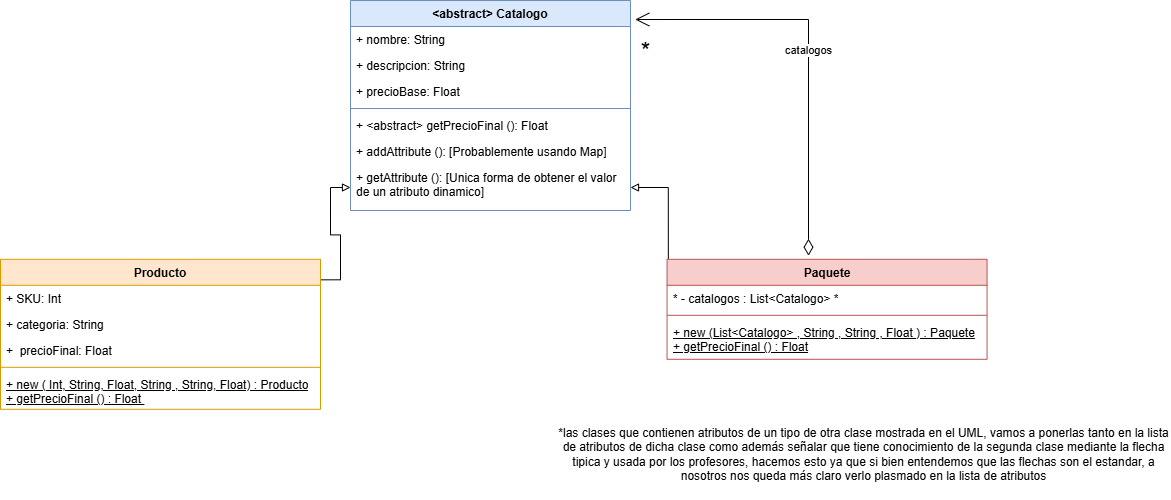
The draw.io diagram src/Catalogo/UML.png in saenzlucas/UNQShop, before a commit. Source tidied: cells renumbered, new cells last; positions are measured from the earlier drawing's top-left corner, leaving out a move shared by most shapes.
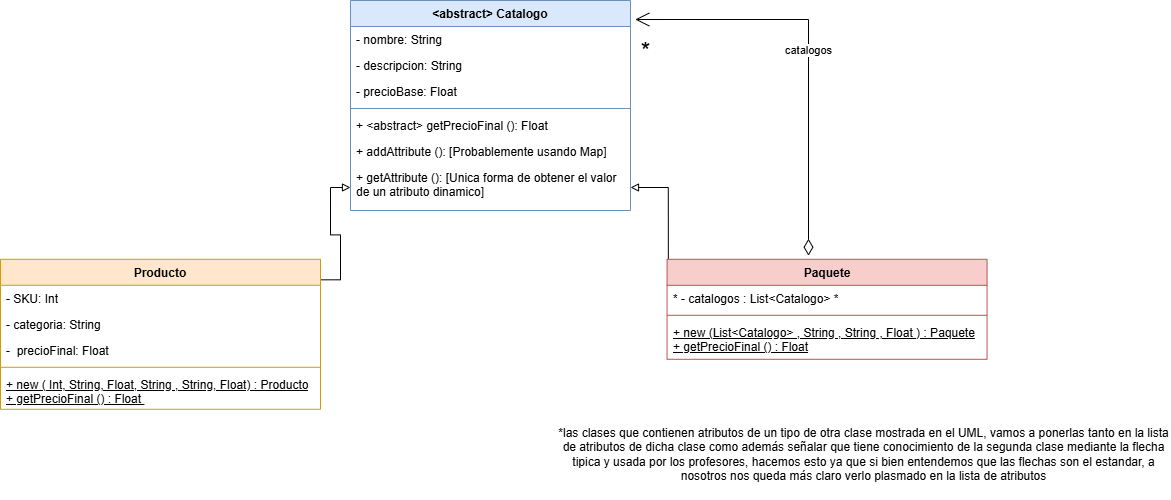
Above is the later version.

What changed in the source:
```diff
@@ -8,13 +8,13 @@
     <mxCell id="3" value="Producto" style="swimlane;fontStyle=1;align=center;verticalAlign=top;horizontal=1;startSize=26;whiteSpace=wrap;html=1;fillColor=#ffe6cc;strokeColor=#d79b00;" parent="1" vertex="1">
       <mxGeometry y="258.8" width="320" height="150" as="geometry" />
     </mxCell>
-    <mxCell id="4" value="+ SKU: Int" style="text;strokeColor=none;fillColor=none;align=left;verticalAlign=top;spacingLeft=4;spacingRight=4;overflow=hidden;whiteSpace=wrap;html=1;" parent="3" vertex="1">
+    <mxCell id="4" value="- SKU: Int" style="text;strokeColor=none;fillColor=none;align=left;verticalAlign=top;spacingLeft=4;spacingRight=4;overflow=hidden;whiteSpace=wrap;html=1;" parent="3" vertex="1">
       <mxGeometry y="26" width="320" height="26" as="geometry" />
     </mxCell>
-    <mxCell id="5" value="+ categoria: String" style="text;strokeColor=none;fillColor=none;align=left;verticalAlign=top;spacingLeft=4;spacingRight=4;overflow=hidden;whiteSpace=wrap;html=1;" parent="3" vertex="1">
+    <mxCell id="5" value="- categoria: String" style="text;strokeColor=none;fillColor=none;align=left;verticalAlign=top;spacingLeft=4;spacingRight=4;overflow=hidden;whiteSpace=wrap;html=1;" parent="3" vertex="1">
       <mxGeometry y="52" width="320" height="26" as="geometry" />
     </mxCell>
-    <mxCell id="6" value="+&amp;nbsp; precioFinal: Float" style="text;strokeColor=none;fillColor=none;align=left;verticalAlign=top;spacingLeft=4;spacingRight=4;overflow=hidden;whiteSpace=wrap;html=1;" parent="3" vertex="1">
+    <mxCell id="6" value="-&amp;nbsp; precioFinal: Float" style="text;strokeColor=none;fillColor=none;align=left;verticalAlign=top;spacingLeft=4;spacingRight=4;overflow=hidden;whiteSpace=wrap;html=1;" parent="3" vertex="1">
       <mxGeometry y="78" width="320" height="26" as="geometry" />
     </mxCell>
     <mxCell id="7" style="line;strokeWidth=1;fillColor=none;align=left;verticalAlign=middle;spacingTop=-1;spacingLeft=3;spacingRight=3;labelPosition=right;strokeColor=inherit;" parent="3" vertex="1">
@@ -26,13 +26,13 @@
     <mxCell id="9" value="&amp;lt;&lt;span style=&quot;background-color: transparent; color: light-dark(rgb(0, 0, 0), rgb(255, 255, 255));&quot;&gt;abstract&amp;gt; Catalogo&lt;/span&gt;" style="swimlane;fontStyle=1;align=center;verticalAlign=top;horizontal=1;startSize=26;whiteSpace=wrap;html=1;fillColor=#dae8fc;strokeColor=#6c8ebf;" parent="1" vertex="1">
       <mxGeometry x="350" width="280" height="210" as="geometry" />
     </mxCell>
-    <mxCell id="10" value="+ nombre: String" style="text;strokeColor=none;fillColor=none;align=left;verticalAlign=top;spacingLeft=4;spacingRight=4;overflow=hidden;points=[[0,0.5],[1,0.5]];portConstraint=eastwest;whiteSpace=wrap;html=1;" parent="9" vertex="1">
+    <mxCell id="10" value="- nombre: String" style="text;strokeColor=none;fillColor=none;align=left;verticalAlign=top;spacingLeft=4;spacingRight=4;overflow=hidden;points=[[0,0.5],[1,0.5]];portConstraint=eastwest;whiteSpace=wrap;html=1;" parent="9" vertex="1">
       <mxGeometry y="26" width="280" height="26" as="geometry" />
     </mxCell>
-    <mxCell id="11" value="+ descripcion: String" style="text;strokeColor=none;fillColor=none;align=left;verticalAlign=top;spacingLeft=4;spacingRight=4;overflow=hidden;whiteSpace=wrap;html=1;" parent="9" vertex="1">
+    <mxCell id="11" value="- descripcion: String" style="text;strokeColor=none;fillColor=none;align=left;verticalAlign=top;spacingLeft=4;spacingRight=4;overflow=hidden;whiteSpace=wrap;html=1;" parent="9" vertex="1">
       <mxGeometry y="52" width="280" height="26" as="geometry" />
     </mxCell>
-    <mxCell id="12" value="+ precioBase: Float" style="text;strokeColor=none;fillColor=none;align=left;verticalAlign=top;spacingLeft=4;spacingRight=4;overflow=hidden;whiteSpace=wrap;html=1;" parent="9" vertex="1">
+    <mxCell id="12" value="- precioBase: Float" style="text;strokeColor=none;fillColor=none;align=left;verticalAlign=top;spacingLeft=4;spacingRight=4;overflow=hidden;whiteSpace=wrap;html=1;" parent="9" vertex="1">
       <mxGeometry y="78" width="280" height="26" as="geometry" />
     </mxCell>
     <mxCell id="13" style="line;strokeWidth=1;fillColor=none;align=left;verticalAlign=middle;spacingTop=-1;spacingLeft=3;spacingRight=3;labelPosition=right;strokeColor=inherit;" parent="9" vertex="1">
```
